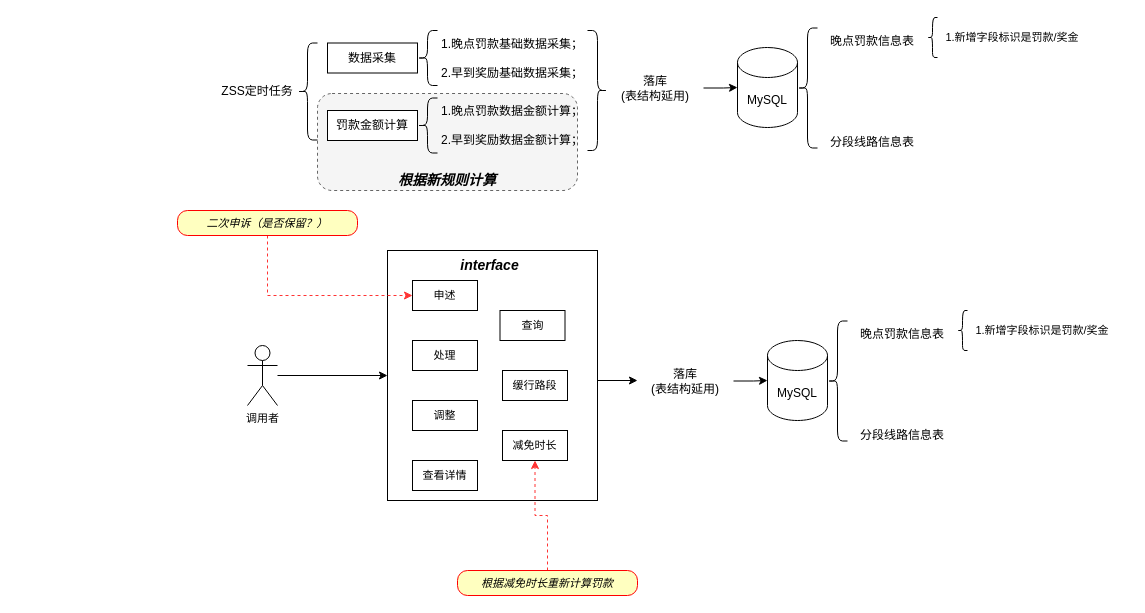
Above: 新晚点罚款技术涉及方案.drawio in zhuzicc/Springboot (draw.io), before the change. Source tidied: cells renumbered, new cells numbered last; positions are measured from the earlier drawing's top-left corner, leaving out a move shared by most shapes. Both pictures are drawn from the tidied source at 100%, with x=0, y=0 at pixel (177, 17).
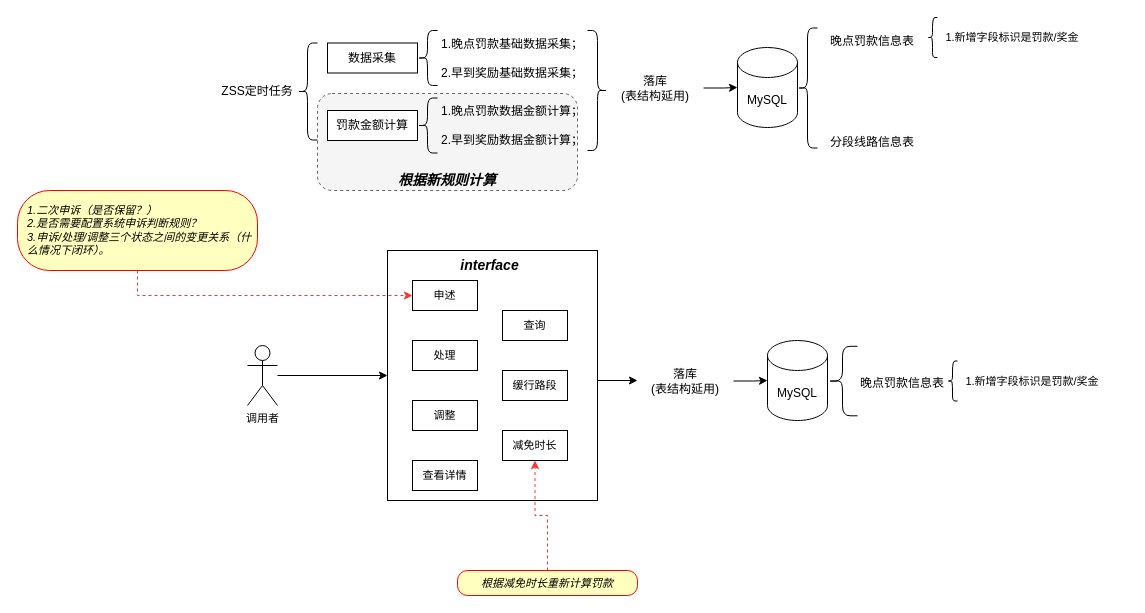
The same page after the edit.

Commit message (it also covers changes not shown here):
更新新晚点罚款技术涉及方案.drawio

The edit, as a diff of the source:
```diff
@@
     <mxCell id="26" value="查询" style="rounded=0;whiteSpace=wrap;html=1;fontSize=11;" parent="1" vertex="1">
-      <mxGeometry x="322.5" y="293" width="65" height="30" as="geometry" />
+      <mxGeometry x="325" y="293" width="65" height="30" as="geometry" />
     </mxCell>
@@
     <mxCell id="37" style="shape=curlyBracket;whiteSpace=wrap;html=1;rounded=1;" parent="1" vertex="1">
-      <mxGeometry x="650" y="303.5" width="20" height="120" as="geometry" />
+      <mxGeometry x="650" y="328.8" width="30" height="69.5" as="geometry" />
     </mxCell>
-    <mxCell id="38" value="晚点罚款信息表&lt;br&gt;&lt;br&gt;&lt;br&gt;&lt;br&gt;&lt;br&gt;&lt;br&gt;&lt;br&gt;分段线路信息表" style="text;html=1;strokeColor=none;fillColor=none;align=center;verticalAlign=middle;whiteSpace=wrap;rounded=0;" parent="1" vertex="1">
-      <mxGeometry x="650" y="333" width="150" height="67" as="geometry" />
+    <mxCell id="38" value="晚点罚款信息表&lt;br&gt;&lt;br&gt;&lt;br&gt;&lt;br&gt;" style="text;html=1;strokeColor=none;fillColor=none;align=center;verticalAlign=middle;whiteSpace=wrap;rounded=0;" parent="1" vertex="1">
+      <mxGeometry x="650" y="353" width="150" height="67" as="geometry" />
     </mxCell>
     <mxCell id="39" style="shape=curlyBracket;whiteSpace=wrap;html=1;rounded=1;fontSize=14;size=0.5;" parent="1" vertex="1">
-      <mxGeometry x="780" y="293" width="10" height="40" as="geometry" />
+      <mxGeometry x="770" y="343.5" width="10" height="40" as="geometry" />
     </mxCell>
     <mxCell id="40" value="&lt;font style=&quot;font-size: 11px&quot;&gt;1.新增字段标识是罚款/奖金&lt;/font&gt;" style="text;html=1;strokeColor=none;fillColor=none;align=center;verticalAlign=middle;whiteSpace=wrap;rounded=0;fontSize=14;" parent="1" vertex="1">
-      <mxGeometry x="780" y="293" width="170" height="38" as="geometry" />
+      <mxGeometry x="770" y="343.5" width="170" height="38" as="geometry" />
     </mxCell>
@@
-    <mxCell id="42" value="二次申诉（是否保留？）" style="rounded=1;whiteSpace=wrap;html=1;arcSize=40;fontColor=#000000;fillColor=#ffffc0;strokeColor=#ff0000;fontSize=11;fontStyle=2;" parent="1" vertex="1">
-      <mxGeometry y="193" width="180" height="25" as="geometry" />
+    <mxCell id="42" value="1.二次申诉（是否保留？）&lt;br&gt;2.是否需要配置系统申诉判断规则？&lt;br&gt;3.申诉/处理/调整三个状态之间的变更关系（什么情况下闭环）。" style="rounded=1;whiteSpace=wrap;html=1;arcSize=40;fontColor=#000000;fillColor=#ffffc0;strokeColor=#ff0000;fontSize=11;fontStyle=2;align=left;spacingLeft=8;" parent="1" vertex="1">
+      <mxGeometry x="-160" y="173" width="240" height="80" as="geometry" />
     </mxCell>
```
